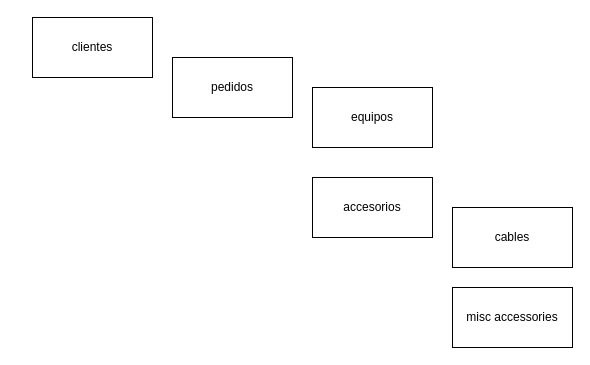
The draw.io diagram Untitled Diagram.drawio in OtariOboladze/daily_100_lines_challenge, before the edit. Source tidied: cells renumbered, new cells numbered last; positions are measured from the earlier drawing's top-left corner, leaving out a move shared by most shapes. Both pictures are drawn from the tidied source at 100%, with x=0, y=0 at pixel (32, 17).
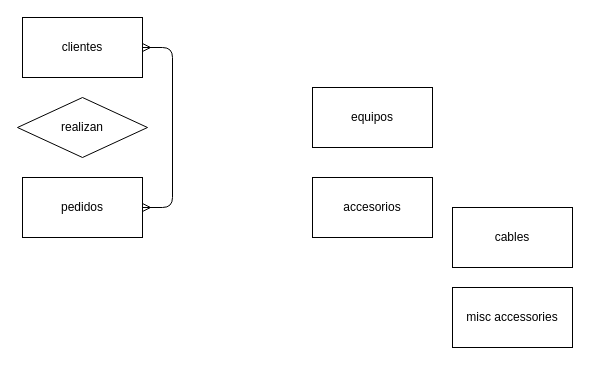
The same page after the edit.

The edit, as a diff of the source:
```diff
@@
 <mxGraphModel>
   <root>
     <mxCell id="0" />
     <mxCell id="1" parent="0" />
     <mxCell id="2" value="clientes" style="rounded=0;whiteSpace=wrap;html=1;" parent="1" vertex="1">
-      <mxGeometry width="120" height="60" as="geometry" />
+      <mxGeometry x="-10" width="120" height="60" as="geometry" />
     </mxCell>
     <mxCell id="3" value="pedidos" style="rounded=0;whiteSpace=wrap;html=1;" parent="1" vertex="1">
-      <mxGeometry x="140" y="40" width="120" height="60" as="geometry" />
+      <mxGeometry x="-10" y="160" width="120" height="60" as="geometry" />
     </mxCell>
     <mxCell id="4" value="equipos" style="rounded=0;whiteSpace=wrap;html=1;" parent="1" vertex="1">
       <mxGeometry x="280" y="70" width="120" height="60" as="geometry" />
     </mxCell>
     <mxCell id="5" value="accesorios" style="rounded=0;whiteSpace=wrap;html=1;" parent="1" vertex="1">
       <mxGeometry x="280" y="160" width="120" height="60" as="geometry" />
     </mxCell>
     <mxCell id="6" value="cables" style="rounded=0;whiteSpace=wrap;html=1;" parent="1" vertex="1">
       <mxGeometry x="420" y="190" width="120" height="60" as="geometry" />
     </mxCell>
     <mxCell id="7" value="misc accessories" style="rounded=0;whiteSpace=wrap;html=1;" parent="1" vertex="1">
       <mxGeometry x="420" y="270" width="120" height="60" as="geometry" />
     </mxCell>
+    <mxCell id="8" value="realizan" style="rhombus;whiteSpace=wrap;html=1;" parent="1" vertex="1">
+      <mxGeometry x="-15" y="80" width="130" height="60" as="geometry" />
+    </mxCell>
+    <mxCell id="9" style="edgeStyle=entityRelationEdgeStyle;fontSize=12;html=1;endArrow=ERmany;startArrow=ERmany;entryX=1;entryY=0.5;entryDx=0;entryDy=0;exitX=1;exitY=0.5;exitDx=0;exitDy=0;" parent="1" edge="1" source="3" target="2">
+      <mxGeometry relative="1" as="geometry" />
+    </mxCell>
   </root>
 </mxGraphModel>
```
